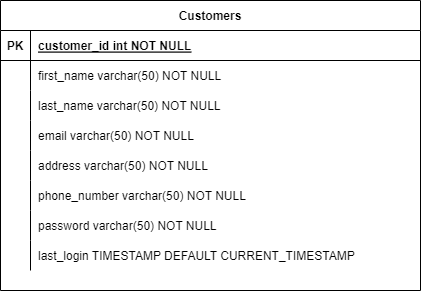
Above: Wireframes & Models/Customer_Database_Model .png in ktbloomq/Milestone-CST-339 (draw.io), before the change. Source tidied: cells renumbered, new cells last; positions are measured from the earlier drawing's top-left corner, leaving out a move shared by most shapes.
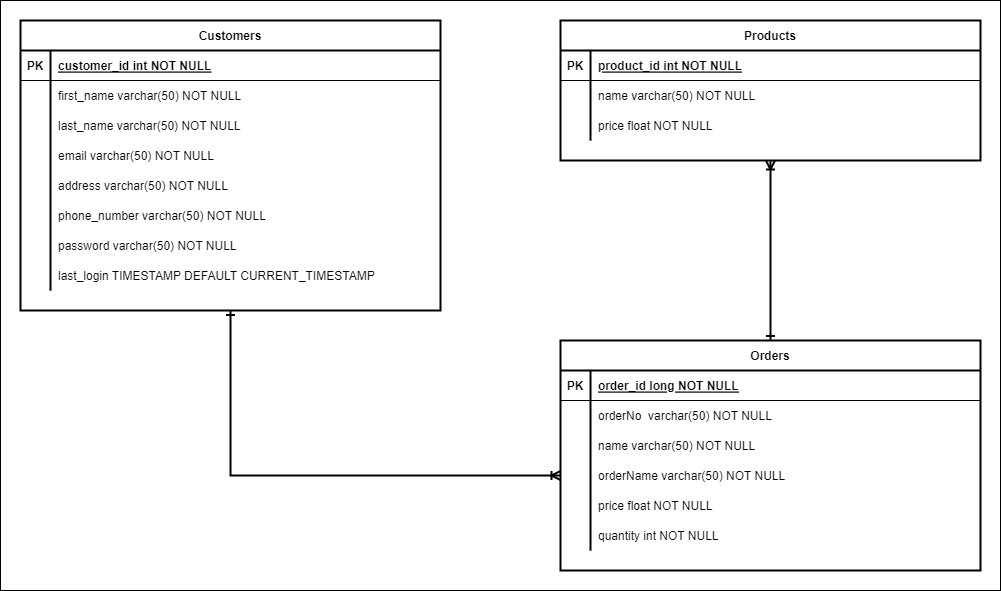
After the change.

What changed in the source:
```diff
@@ -2,8 +2,14 @@
   <root>
     <mxCell id="0" />
     <mxCell id="1" parent="0" />
+    <mxCell id="29" style="rounded=0;whiteSpace=wrap;html=1;" parent="1" vertex="1">
+      <mxGeometry x="-160" y="-20" width="1000" height="590" as="geometry" />
+    </mxCell>
+    <mxCell id="30" style="edgeStyle=orthogonalEdgeStyle;rounded=0;jettySize=auto;html=1;exitX=0.5;exitY=1;exitDx=0;exitDy=0;endArrow=ERoneToMany;endFill=0;startArrow=ERone;startFill=0;strokeWidth=2;" parent="1" edge="1" source="2" target="52">
+      <mxGeometry relative="1" as="geometry" />
+    </mxCell>
-    <mxCell id="2" value="Customers" style="shape=table;startSize=30;rowLines=0;fontStyle=1;align=center;" parent="1" vertex="1">
-      <mxGeometry width="420" height="290" as="geometry" />
+    <mxCell id="2" value="Customers" style="shape=table;startSize=30;rowLines=0;fontStyle=1;align=center;strokeWidth=2;" parent="1" vertex="1">
+      <mxGeometry x="-140" width="420" height="290" as="geometry" />
     </mxCell>
     <mxCell id="3" style="shape=partialRectangle;fillColor=none;top=0;left=0;right=0;bottom=1;" parent="2" vertex="1">
       <mxGeometry y="30" width="420" height="30" as="geometry" />
@@ -83,5 +89,98 @@
     <mxCell id="28" style="shape=partialRectangle;overflow=hidden;fillColor=none;top=0;left=0;bottom=0;right=0;" parent="27" vertex="1">
       <mxGeometry width="30" height="30" as="geometry" />
     </mxCell>
+    <mxCell id="31" style="edgeStyle=orthogonalEdgeStyle;rounded=0;jettySize=auto;html=1;exitX=0.5;exitY=1;exitDx=0;exitDy=0;entryX=0.5;entryY=0;entryDx=0;entryDy=0;endArrow=ERone;endFill=0;startArrow=ERoneToMany;startFill=0;strokeWidth=2;" parent="1" edge="1" source="32" target="42">
+      <mxGeometry relative="1" as="geometry" />
+    </mxCell>
+    <mxCell id="32" value="Products" style="shape=table;startSize=30;rowLines=0;fontStyle=1;align=center;strokeWidth=2;" parent="1" vertex="1">
+      <mxGeometry x="400" width="420" height="140" as="geometry" />
+    </mxCell>
+    <mxCell id="33" style="shape=partialRectangle;fillColor=none;top=0;left=0;right=0;bottom=1;" parent="32" vertex="1">
+      <mxGeometry y="30" width="420" height="30" as="geometry" />
+    </mxCell>
+    <mxCell id="34" value="PK" style="shape=partialRectangle;overflow=hidden;fillColor=none;top=0;left=0;bottom=0;right=0;fontStyle=1;" parent="33" vertex="1">
+      <mxGeometry width="30" height="30" as="geometry" />
+    </mxCell>
+    <mxCell id="35" value="product_id int NOT NULL " style="shape=partialRectangle;overflow=hidden;fillColor=none;top=0;left=0;bottom=0;right=0;align=left;spacingLeft=6;fontStyle=5;" parent="33" vertex="1">
+      <mxGeometry x="30" width="390" height="30" as="geometry" />
+    </mxCell>
+    <mxCell id="36" style="shape=partialRectangle;fillColor=none;top=0;left=0;right=0;bottom=0;" parent="32" vertex="1">
+      <mxGeometry y="60" width="420" height="30" as="geometry" />
+    </mxCell>
+    <mxCell id="37" style="shape=partialRectangle;overflow=hidden;fillColor=none;top=0;left=0;bottom=0;right=0;" parent="36" vertex="1">
+      <mxGeometry width="30" height="30" as="geometry" />
+    </mxCell>
+    <mxCell id="38" value="name varchar(50) NOT NULL" style="shape=partialRectangle;overflow=hidden;fillColor=none;top=0;left=0;bottom=0;right=0;align=left;spacingLeft=6;" parent="36" vertex="1">
+      <mxGeometry x="30" width="390" height="30" as="geometry" />
+    </mxCell>
+    <mxCell id="39" style="shape=partialRectangle;fillColor=none;top=0;left=0;right=0;bottom=0;" parent="32" vertex="1">
+      <mxGeometry y="90" width="420" height="30" as="geometry" />
+    </mxCell>
+    <mxCell id="40" style="shape=partialRectangle;overflow=hidden;fillColor=none;top=0;left=0;bottom=0;right=0;" parent="39" vertex="1">
+      <mxGeometry width="30" height="30" as="geometry" />
+    </mxCell>
+    <mxCell id="41" value="price float NOT NULL" style="shape=partialRectangle;overflow=hidden;fillColor=none;top=0;left=0;bottom=0;right=0;align=left;spacingLeft=6;" parent="39" vertex="1">
+      <mxGeometry x="30" width="390" height="30" as="geometry" />
+    </mxCell>
+    <mxCell id="42" value="Orders" style="shape=table;startSize=30;rowLines=0;fontStyle=1;align=center;strokeWidth=2;" parent="1" vertex="1">
+      <mxGeometry x="400" y="320" width="420" height="230" as="geometry" />
+    </mxCell>
+    <mxCell id="43" style="shape=partialRectangle;fillColor=none;top=0;left=0;right=0;bottom=1;" parent="42" vertex="1">
+      <mxGeometry y="30" width="420" height="30" as="geometry" />
+    </mxCell>
+    <mxCell id="44" value="PK" style="shape=partialRectangle;overflow=hidden;fillColor=none;top=0;left=0;bottom=0;right=0;fontStyle=1;" parent="43" vertex="1">
+      <mxGeometry width="30" height="30" as="geometry" />
+    </mxCell>
+    <mxCell id="45" value="order_id long NOT NULL " style="shape=partialRectangle;overflow=hidden;fillColor=none;top=0;left=0;bottom=0;right=0;align=left;spacingLeft=6;fontStyle=5;" parent="43" vertex="1">
+      <mxGeometry x="30" width="390" height="30" as="geometry" />
+    </mxCell>
+    <mxCell id="46" style="shape=partialRectangle;fillColor=none;top=0;left=0;right=0;bottom=0;" parent="42" vertex="1">
+      <mxGeometry y="60" width="420" height="30" as="geometry" />
+    </mxCell>
+    <mxCell id="47" style="shape=partialRectangle;overflow=hidden;fillColor=none;top=0;left=0;bottom=0;right=0;" parent="46" vertex="1">
+      <mxGeometry width="30" height="30" as="geometry" />
+    </mxCell>
+    <mxCell id="48" value="orderNo  varchar(50) NOT NULL" style="shape=partialRectangle;overflow=hidden;fillColor=none;top=0;left=0;bottom=0;right=0;align=left;spacingLeft=6;" parent="46" vertex="1">
+      <mxGeometry x="30" width="390" height="30" as="geometry" />
+    </mxCell>
+    <mxCell id="49" style="shape=partialRectangle;fillColor=none;top=0;left=0;right=0;bottom=0;" parent="42" vertex="1">
+      <mxGeometry y="90" width="420" height="30" as="geometry" />
+    </mxCell>
+    <mxCell id="50" style="shape=partialRectangle;overflow=hidden;fillColor=none;top=0;left=0;bottom=0;right=0;" parent="49" vertex="1">
+      <mxGeometry width="30" height="30" as="geometry" />
+    </mxCell>
+    <mxCell id="51" value="name varchar(50) NOT NULL" style="shape=partialRectangle;overflow=hidden;fillColor=none;top=0;left=0;bottom=0;right=0;align=left;spacingLeft=6;" parent="49" vertex="1">
+      <mxGeometry x="30" width="390" height="30" as="geometry" />
+    </mxCell>
+    <mxCell id="52" style="shape=partialRectangle;fillColor=none;points=[[0,0.5],[1,0.5]];portConstraint=eastwest;top=0;left=0;right=0;bottom=0;" parent="42" vertex="1">
+      <mxGeometry y="120" width="420" height="30" as="geometry" />
+    </mxCell>
+    <mxCell id="53" style="shape=partialRectangle;overflow=hidden;fillColor=none;top=0;left=0;bottom=0;right=0;" parent="52" vertex="1">
+      <mxGeometry width="30" height="30" as="geometry" />
+    </mxCell>
+    <mxCell id="54" value="orderName varchar(50) NOT NULL" style="shape=partialRectangle;overflow=hidden;fillColor=none;top=0;left=0;bottom=0;right=0;align=left;spacingLeft=6;" parent="52" vertex="1">
+      <mxGeometry x="30" width="390" height="30" as="geometry" />
+    </mxCell>
+    <mxCell id="55" style="shape=partialRectangle;fillColor=none;top=0;left=0;right=0;bottom=0;" parent="42" vertex="1">
+      <mxGeometry y="150" width="420" height="30" as="geometry" />
+    </mxCell>
+    <mxCell id="56" style="shape=partialRectangle;overflow=hidden;fillColor=none;top=0;left=0;bottom=0;right=0;" parent="55" vertex="1">
+      <mxGeometry width="30" height="30" as="geometry" />
+    </mxCell>
+    <mxCell id="57" style="shape=partialRectangle;overflow=hidden;fillColor=none;top=0;left=0;bottom=0;right=0;align=left;spacingLeft=6;" parent="55" vertex="1">
+      <mxGeometry x="30" width="390" height="30" as="geometry" />
+    </mxCell>
+    <mxCell id="58" style="shape=partialRectangle;fillColor=none;top=0;left=0;right=0;bottom=0;" parent="42" vertex="1">
+      <mxGeometry y="180" width="420" height="30" as="geometry" />
+    </mxCell>
+    <mxCell id="59" style="shape=partialRectangle;overflow=hidden;fillColor=none;top=0;left=0;bottom=0;right=0;" parent="58" vertex="1">
+      <mxGeometry width="30" height="30" as="geometry" />
+    </mxCell>
+    <mxCell id="60" value="quantity int NOT NULL" style="shape=partialRectangle;overflow=hidden;fillColor=none;top=0;left=0;bottom=0;right=0;align=left;spacingLeft=6;" parent="58" vertex="1">
+      <mxGeometry x="30" width="390" height="30" as="geometry" />
+    </mxCell>
+    <mxCell id="61" value="price float NOT NULL" style="shape=partialRectangle;overflow=hidden;fillColor=none;top=0;left=0;bottom=0;right=0;align=left;spacingLeft=6;" parent="1" vertex="1">
+      <mxGeometry x="430" y="470" width="390" height="30" as="geometry" />
+    </mxCell>
   </root>
 </mxGraphModel>
```
